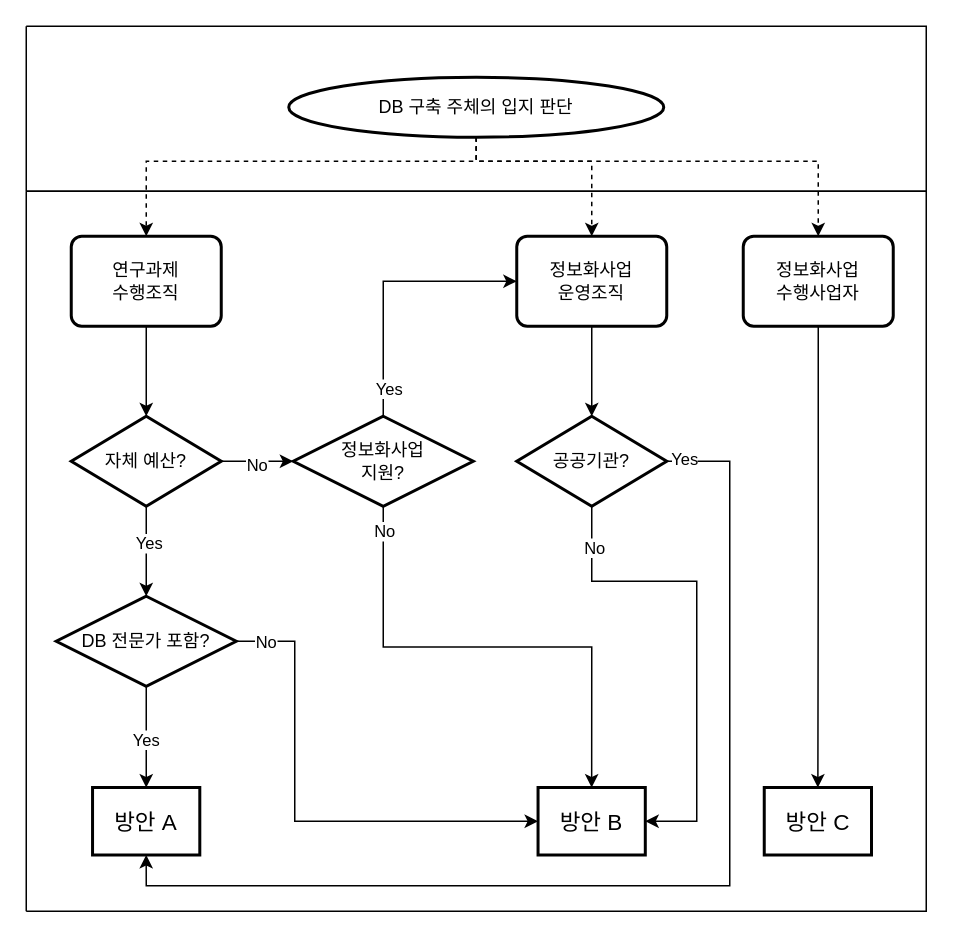
Earlier version of the draw.io diagram page "페이지-2" (2 of 2) of positions/positions.drawio (dongshins/diagram). Source tidied: cells renumbered, new cells numbered last; positions are measured from the earlier drawing's top-left corner, leaving out a move shared by most shapes. Both pictures are drawn from the tidied source at 150%, with x=0, y=0 at pixel (26, 26).
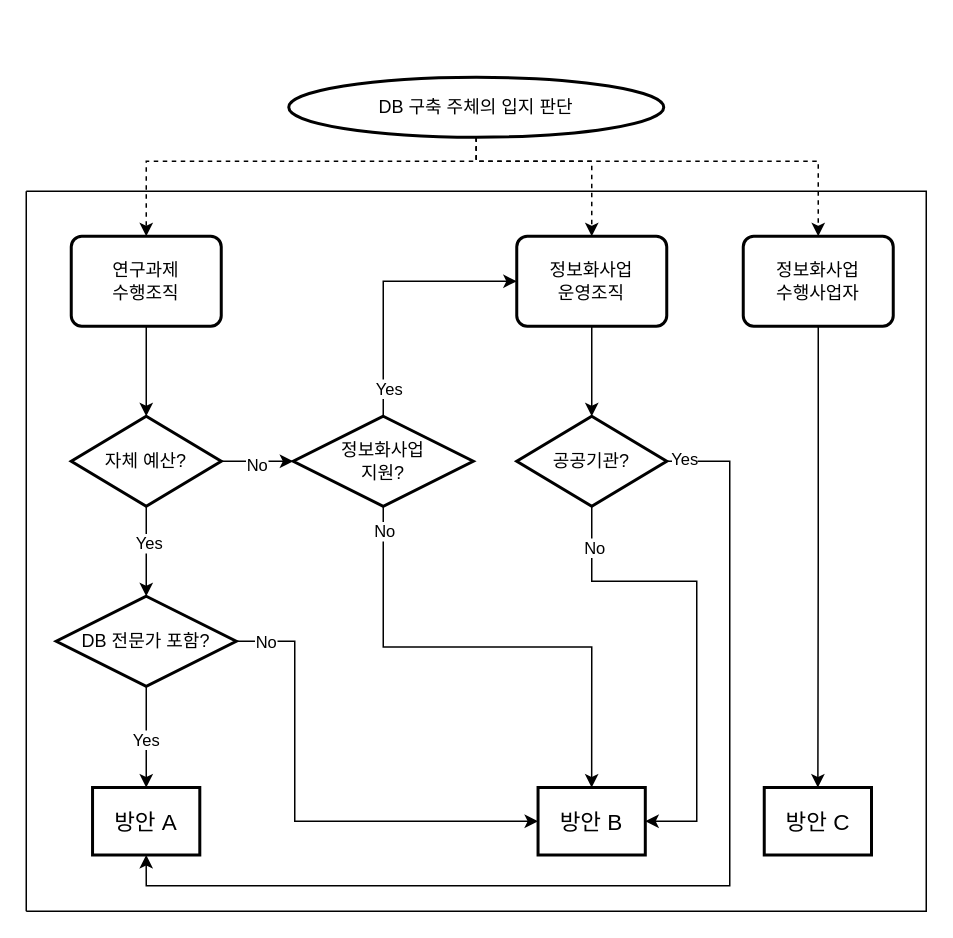
The same page after the edit.

What changed in the source:
```diff
@@
-    <mxCell id="36" style="swimlane;startSize=0;horizontal=0;html=1;strokeColor=default;" parent="1" vertex="1">
+    <mxCell id="36" style="swimlane;startSize=0;horizontal=0;html=1;strokeColor=none;" parent="1" vertex="1">
       <mxGeometry width="600" height="110" as="geometry" />
     </mxCell>
```
